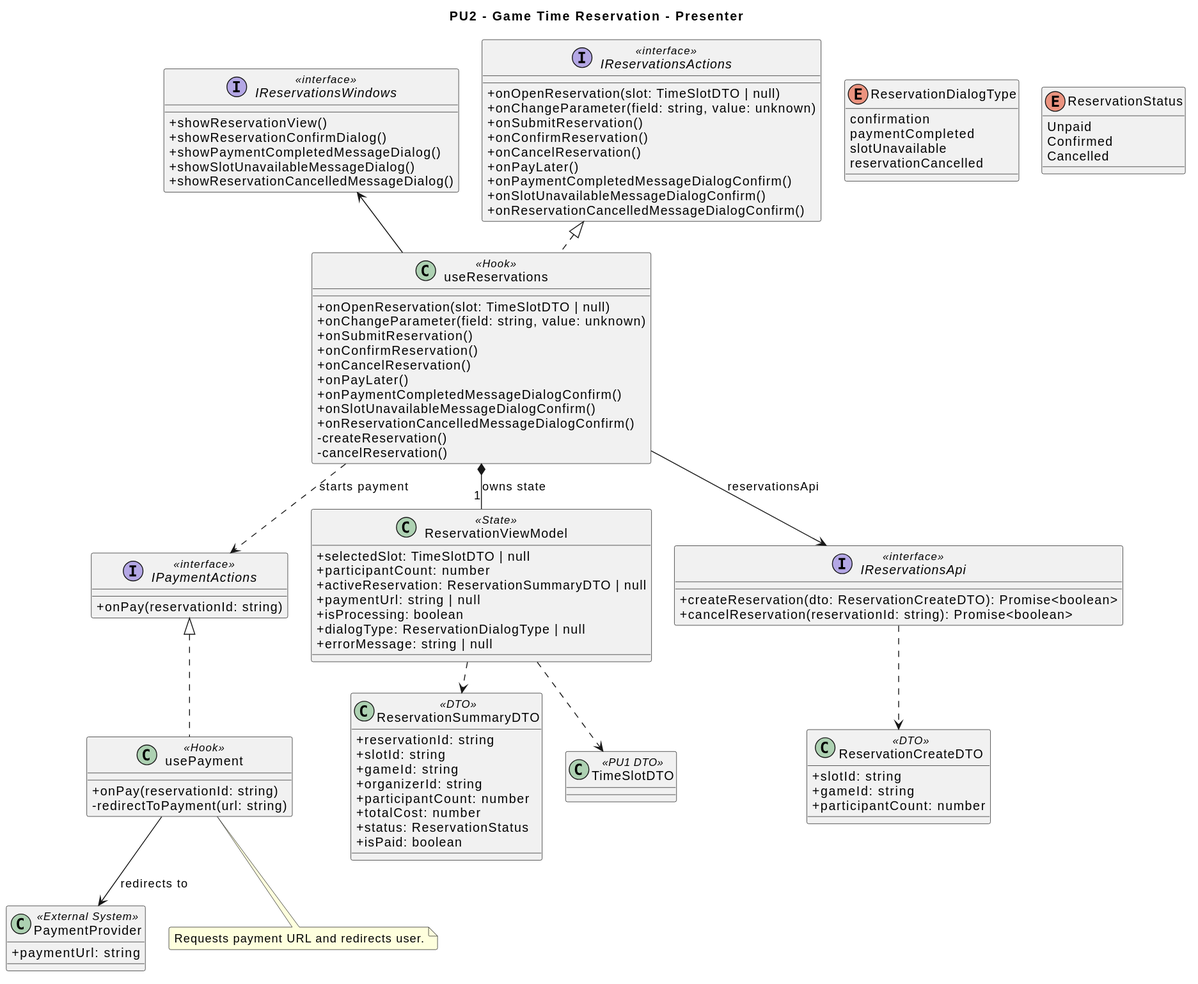
The PlantUML diagram diagrams/frontend/rendered/reservation-presenter.svg in Igor-Ochocki/POP-2026Z, before a commit.
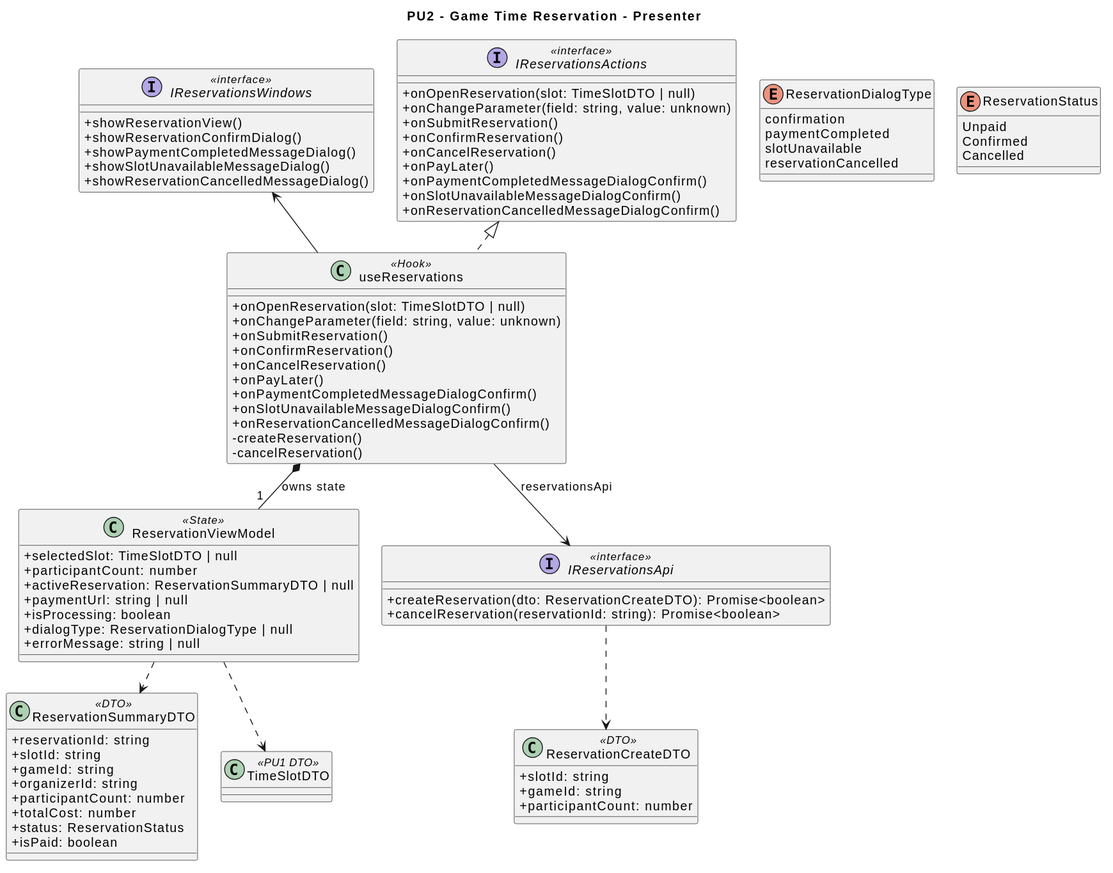
After the change.

The edit, as a diff of the source:
```diff
@@ -71,19 +71,6 @@
     reservationCancelled
 }
 
-class usePayment <<Hook>> {
-    + onPay(reservationId: string)
-    - redirectToPayment(url: string)
-}
-
-interface IPaymentActions <<interface>> {
-    + onPay(reservationId: string)
-}
-
-class PaymentProvider <<External System>> {
-    + paymentUrl: string
-}
-
 interface IReservationsApi <<interface>> {
     + createReservation(dto: ReservationCreateDTO): Promise<boolean>
     + cancelReservation(reservationId: string): Promise<boolean>
@@ -109,17 +96,9 @@
 useReservations -u-> IReservationsWindows
 useReservations --> IReservationsApi : reservationsApi
 useReservations *-- "1" ReservationViewModel : owns state
-useReservations ..> IPaymentActions : starts payment
-
-usePayment .u.|> IPaymentActions
-usePayment --> PaymentProvider : redirects to
 
 ReservationViewModel ..> TimeSlotDTO
 ReservationViewModel ..> ReservationSummaryDTO
 
 IReservationsApi ..> ReservationCreateDTO
-
-note bottom of usePayment
-  Requests payment URL and redirects user.
-end note
 @enduml
```
